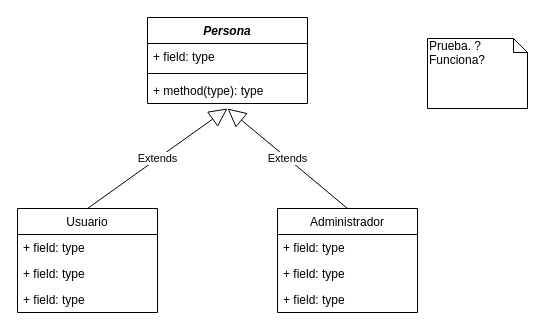
Mustaine16/Ecommerce-DH keeps this draw.io diagram as public/UML/diagrama_clases.drawio. Above is the earlier version. Source tidied: cells renumbered, new cells numbered last; positions are measured from the earlier drawing's top-left corner, leaving out a move shared by most shapes. Both pictures are drawn from the tidied source at 100%, with x=0, y=0 at pixel (17, 17).
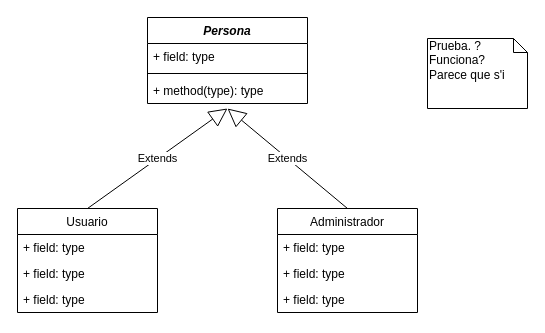
The same page after the edit.

Commit message:
Prueba abrir archivo draw.io  del repositorio desde draw.io

What changed in the source:
```diff
@@
 <mxGraphModel>
   <root>
     <mxCell id="0" />
     <mxCell id="1" parent="0" />
     <mxCell id="2" value="Persona" style="swimlane;fontStyle=3;align=center;verticalAlign=top;horizontal=1;startSize=26;" parent="1" vertex="1">
       <mxGeometry x="130" width="160" height="86" as="geometry" />
     </mxCell>
     <mxCell id="3" value="+ field: type" style="text;strokeColor=none;fillColor=none;align=left;verticalAlign=top;spacingLeft=4;spacingRight=4;overflow=hidden;" parent="2" vertex="1">
       <mxGeometry y="26" width="160" height="26" as="geometry" />
     </mxCell>
     <mxCell id="4" style="line;strokeWidth=1;fillColor=none;align=left;verticalAlign=middle;spacingTop=-1;spacingLeft=3;spacingRight=3;labelPosition=right;" parent="2" vertex="1">
       <mxGeometry y="52" width="160" height="8" as="geometry" />
     </mxCell>
     <mxCell id="5" value="+ method(type): type" style="text;strokeColor=none;fillColor=none;align=left;verticalAlign=top;spacingLeft=4;spacingRight=4;overflow=hidden;points=[[0,0.5],[1,0.5]];portConstraint=eastwest;" parent="2" vertex="1">
       <mxGeometry y="60" width="160" height="26" as="geometry" />
     </mxCell>
     <mxCell id="6" value="Usuario" style="swimlane;fontStyle=0;horizontal=1;startSize=26;fillColor=none;" parent="1" vertex="1">
       <mxGeometry y="191" width="140" height="104" as="geometry" />
     </mxCell>
     <mxCell id="7" value="+ field: type" style="text;strokeColor=none;fillColor=none;align=left;verticalAlign=top;spacingLeft=4;spacingRight=4;overflow=hidden;" parent="6" vertex="1">
       <mxGeometry y="26" width="140" height="26" as="geometry" />
     </mxCell>
     <mxCell id="8" value="+ field: type" style="text;strokeColor=none;fillColor=none;align=left;verticalAlign=top;spacingLeft=4;spacingRight=4;overflow=hidden;" parent="6" vertex="1">
       <mxGeometry y="52" width="140" height="26" as="geometry" />
     </mxCell>
     <mxCell id="9" value="+ field: type" style="text;strokeColor=none;fillColor=none;align=left;verticalAlign=top;spacingLeft=4;spacingRight=4;overflow=hidden;" parent="6" vertex="1">
       <mxGeometry y="78" width="140" height="26" as="geometry" />
     </mxCell>
     <mxCell id="10" value="Extends" style="endArrow=block;endSize=16;endFill=0;html=1;exitX=0.5;exitY=0;exitDx=0;exitDy=0;entryX=0.5;entryY=1.192;entryDx=0;entryDy=0;entryPerimeter=0;" parent="1" edge="1" source="6" target="5">
       <mxGeometry relative="1" as="geometry" />
     </mxCell>
     <mxCell id="11" value="Administrador" style="swimlane;fontStyle=0;horizontal=1;startSize=26;fillColor=none;" parent="1" vertex="1">
       <mxGeometry x="260" y="191" width="140" height="104" as="geometry" />
     </mxCell>
     <mxCell id="12" value="+ field: type" style="text;strokeColor=none;fillColor=none;align=left;verticalAlign=top;spacingLeft=4;spacingRight=4;overflow=hidden;" parent="11" vertex="1">
       <mxGeometry y="26" width="140" height="26" as="geometry" />
     </mxCell>
     <mxCell id="13" value="+ field: type" style="text;strokeColor=none;fillColor=none;align=left;verticalAlign=top;spacingLeft=4;spacingRight=4;overflow=hidden;" parent="11" vertex="1">
       <mxGeometry y="52" width="140" height="26" as="geometry" />
     </mxCell>
     <mxCell id="14" value="+ field: type" style="text;strokeColor=none;fillColor=none;align=left;verticalAlign=top;spacingLeft=4;spacingRight=4;overflow=hidden;" parent="11" vertex="1">
       <mxGeometry y="78" width="140" height="26" as="geometry" />
     </mxCell>
     <mxCell id="15" value="Extends" style="endArrow=block;endSize=16;endFill=0;html=1;exitX=0.5;exitY=0;exitDx=0;exitDy=0;" parent="1" edge="1" source="11">
       <mxGeometry relative="1" as="geometry">
         <mxPoint x="210" y="91" as="targetPoint" />
       </mxGeometry>
     </mxCell>
-    <mxCell id="16" value="Prueba. ?Funciona?" style="shape=note;whiteSpace=wrap;html=1;size=14;verticalAlign=top;align=left;spacingTop=-6;" parent="1" vertex="1">
+    <mxCell id="16" value="&lt;div&gt;Prueba. ?Funciona?&lt;/div&gt;&lt;div&gt;Parece que s'i&lt;/div&gt;&lt;div&gt;&lt;br&gt;&lt;/div&gt;" style="shape=note;whiteSpace=wrap;html=1;size=14;verticalAlign=top;align=left;spacingTop=-6;" parent="1" vertex="1">
       <mxGeometry x="410" y="21" width="100" height="70" as="geometry" />
     </mxCell>
   </root>
 </mxGraphModel>
```
